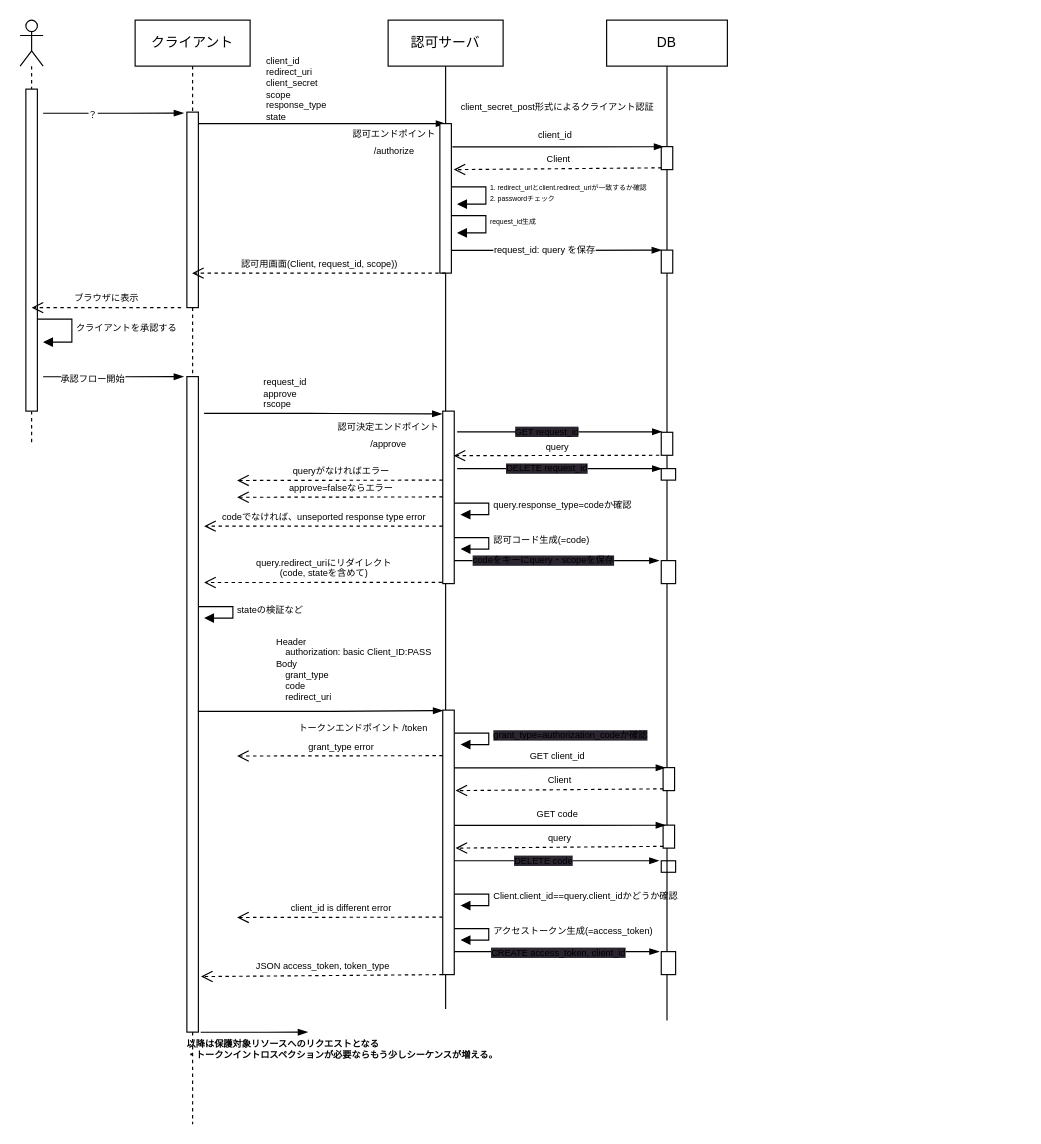
Above: Authorization_Code_Flow(authorize_server).drawio in KEN3pei/oauth-hands-on (draw.io), before the change. Source tidied: cells renumbered, new cells numbered last; positions are measured from the earlier drawing's top-left corner, leaving out a move shared by most shapes. Both pictures are drawn from the tidied source at 115%, with x=0, y=0 at pixel (20, 20).
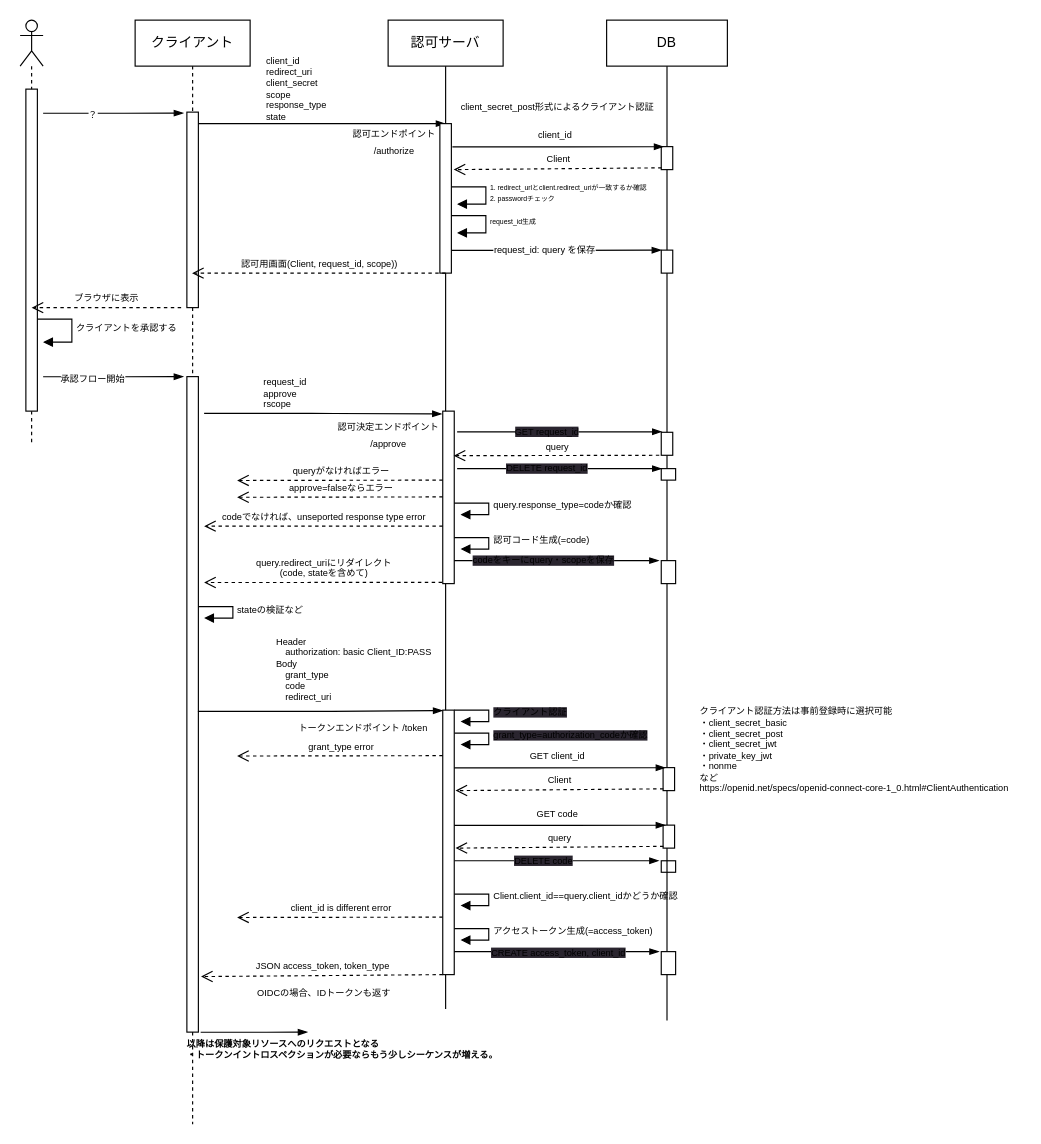
Above is the later version.

The change refers to these unchanged cells:
```xml
<mxCell id="7" value="認可サーバ" style="shape=umlLifeline;perimeter=lifelinePerimeter;whiteSpace=wrap;html=1;lifelineDashed=0;" parent="1" vertex="1">
  <mxGeometry x="320" width="100" height="860" as="geometry" />
</mxCell>
```

What changed in the source:
```diff
@@
+    <mxCell id="77" value="&lt;span style=&quot;text-align: center; background-color: rgb(42, 37, 47);&quot;&gt;クライアント認証&lt;/span&gt;" style="edgeStyle=orthogonalEdgeStyle;html=1;align=left;spacingLeft=2;endArrow=block;rounded=0;fontSize=8;" parent="7" edge="1">
+      <mxGeometry relative="1" as="geometry">
+        <mxPoint x="57.5" y="600" as="sourcePoint" />
+        <mxPoint x="63" y="610" as="targetPoint" />
+        <Array as="points">
+          <mxPoint x="87.5" y="600" />
+        </Array>
+      </mxGeometry>
+    </mxCell>
@@
+    <mxCell id="78" value="&lt;font style=&quot;font-size: 8px;&quot;&gt;OIDCの場合、IDトークンも返す&lt;/font&gt;" style="text;html=1;align=center;verticalAlign=middle;strokeColor=none;fillColor=none;" parent="1" vertex="1">
+      <mxGeometry x="194" y="830" width="140" height="30" as="geometry" />
+    </mxCell>
+    <mxCell id="79" value="&lt;div style=&quot;text-align: left;&quot;&gt;&lt;span style=&quot;background-color: initial;&quot;&gt;クライアント認証方法は事前登録時に選択可能&lt;/span&gt;&lt;/div&gt;&lt;div style=&quot;text-align: left;&quot;&gt;&lt;span style=&quot;background-color: initial;&quot;&gt;・client_secret_basic&lt;/span&gt;&lt;/div&gt;&lt;div style=&quot;text-align: left;&quot;&gt;&lt;span style=&quot;background-color: initial;&quot;&gt;・client_secret_post&lt;/span&gt;&lt;/div&gt;&lt;div style=&quot;text-align: left;&quot;&gt;&lt;span style=&quot;background-color: initial;&quot;&gt;・&lt;/span&gt;&lt;span style=&quot;background-color: initial;&quot;&gt;client_secret_jwt&lt;/span&gt;&lt;/div&gt;&lt;div style=&quot;text-align: left;&quot;&gt;&lt;span style=&quot;background-color: initial;&quot;&gt;・private_key_jwt&lt;/span&gt;&lt;/div&gt;&lt;div style=&quot;text-align: left;&quot;&gt;&lt;span style=&quot;background-color: initial;&quot;&gt;・nonme&lt;/span&gt;&lt;/div&gt;&lt;div style=&quot;text-align: left;&quot;&gt;&lt;span style=&quot;background-color: initial;&quot;&gt;など&lt;/span&gt;&lt;/div&gt;&lt;div style=&quot;text-align: left;&quot;&gt;&lt;span style=&quot;background-color: initial;&quot;&gt;https://openid.net/specs/openid-connect-core-1_0.html#ClientAuthentication&lt;br&gt;&lt;/span&gt;&lt;/div&gt;&lt;div style=&quot;text-align: left;&quot;&gt;&lt;span style=&quot;background-color: initial;&quot;&gt;&lt;br&gt;&lt;/span&gt;&lt;/div&gt;" style="text;html=1;align=center;verticalAlign=middle;strokeColor=none;fillColor=none;fontSize=8;" parent="1" vertex="1">
+      <mxGeometry x="580" y="590" width="290" height="100" as="geometry" />
+    </mxCell>
```
